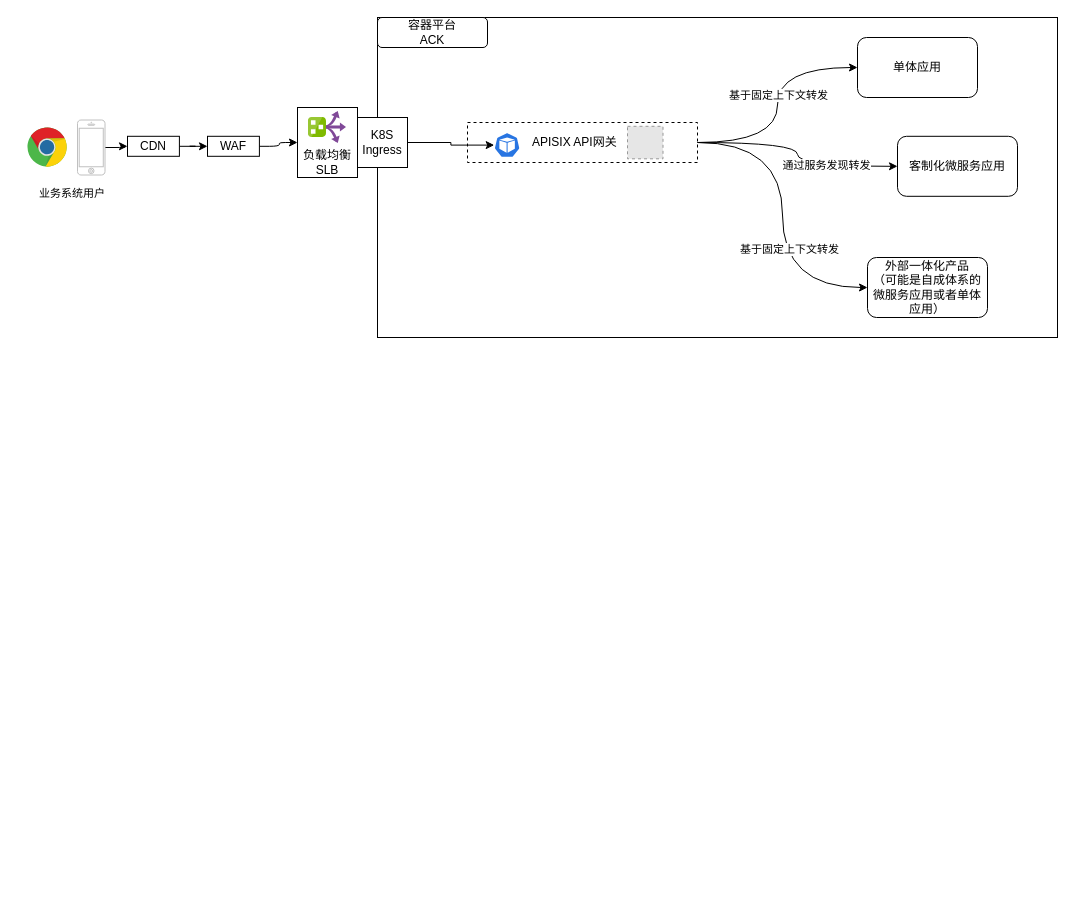
qianjiso/architect keeps this draw.io diagram as 合众/API暴露方式.drawio. Above is the earlier version. Source tidied: cells renumbered, new cells numbered last; positions are measured from the earlier drawing's top-left corner, leaving out a move shared by most shapes. Both pictures are drawn from the tidied source at 100%, with x=0, y=0 at pixel (17, 17). Pictures stored in the file or linked from it are replaced by grey dashed boxes.
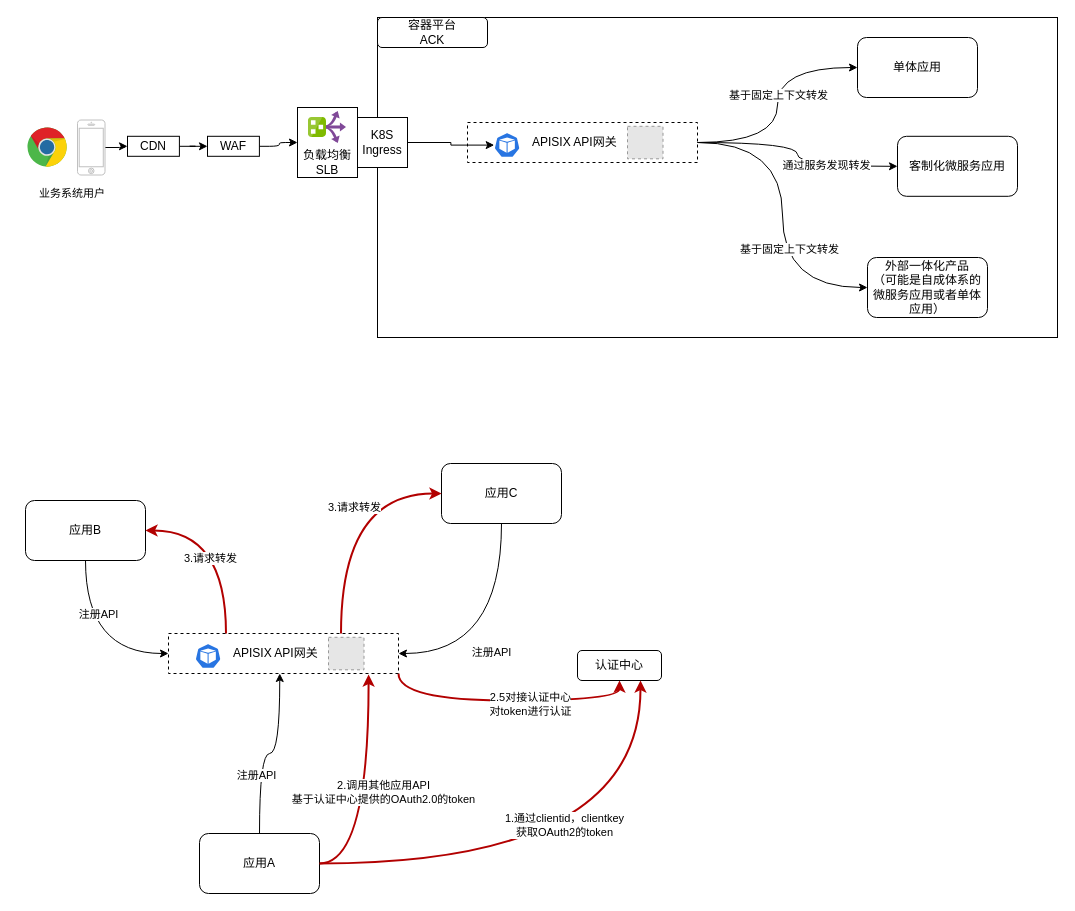
Above is the later version.

What changed in the source:
```diff
@@
+    <mxCell id="31" style="edgeStyle=orthogonalEdgeStyle;curved=1;rounded=0;jettySize=auto;html=1;exitX=0.5;exitY=1;exitDx=0;exitDy=0;entryX=0;entryY=0.5;entryDx=0;entryDy=0;" parent="1" edge="1" source="33" target="48">
+      <mxGeometry relative="1" as="geometry" />
+    </mxCell>
+    <mxCell id="32" value="注册API" style="edgeLabel;html=1;align=center;verticalAlign=middle;" parent="31" vertex="1">
+      <mxGeometry x="-0.4" y="12" relative="1" as="geometry" />
+    </mxCell>
+    <mxCell id="33" value="应用B" style="rounded=1;whiteSpace=wrap;html=1;" parent="1" vertex="1">
+      <mxGeometry x="8" y="483" width="120" height="60" as="geometry" />
+    </mxCell>
+    <mxCell id="34" style="edgeStyle=orthogonalEdgeStyle;curved=1;rounded=0;jettySize=auto;html=1;exitX=0.5;exitY=0;exitDx=0;exitDy=0;entryX=0.5;entryY=1;entryDx=0;entryDy=0;" parent="1" edge="1" source="38" target="51">
+      <mxGeometry relative="1" as="geometry" />
+    </mxCell>
+    <mxCell id="35" value="注册API" style="edgeLabel;html=1;align=center;verticalAlign=middle;" parent="34" vertex="1">
+      <mxGeometry x="-0.35" y="4" relative="1" as="geometry" />
+    </mxCell>
+    <mxCell id="36" style="edgeStyle=orthogonalEdgeStyle;curved=1;rounded=0;jettySize=auto;html=1;exitX=1;exitY=0.5;exitDx=0;exitDy=0;entryX=0.87;entryY=1.025;entryDx=0;entryDy=0;entryPerimeter=0;fillColor=#e51400;strokeColor=#B20000;strokeWidth=2;" parent="1" edge="1" source="38" target="48">
+      <mxGeometry relative="1" as="geometry" />
+    </mxCell>
+    <mxCell id="37" value="2.调用其他应用API&lt;br&gt;基于认证中心提供的OAuth2.0的token" style="edgeLabel;html=1;align=center;verticalAlign=middle;" parent="36" vertex="1">
+      <mxGeometry x="0.54" relative="1" as="geometry">
+        <mxPoint x="14" y="62" as="offset" />
+      </mxGeometry>
+    </mxCell>
+    <mxCell id="38" value="应用A" style="rounded=1;whiteSpace=wrap;html=1;" parent="1" vertex="1">
+      <mxGeometry x="182" y="816" width="120" height="60" as="geometry" />
+    </mxCell>
+    <mxCell id="39" style="edgeStyle=orthogonalEdgeStyle;curved=1;rounded=0;jettySize=auto;html=1;exitX=0.5;exitY=1;exitDx=0;exitDy=0;entryX=1;entryY=0.5;entryDx=0;entryDy=0;" parent="1" edge="1" source="41" target="48">
+      <mxGeometry relative="1" as="geometry" />
+    </mxCell>
+    <mxCell id="40" value="注册API" style="edgeLabel;html=1;align=center;verticalAlign=middle;" parent="39" vertex="1">
+      <mxGeometry x="0.1" y="-11" relative="1" as="geometry" />
+    </mxCell>
+    <mxCell id="41" value="应用C" style="rounded=1;whiteSpace=wrap;html=1;" parent="1" vertex="1">
+      <mxGeometry x="424" y="446" width="120" height="60" as="geometry" />
+    </mxCell>
+    <mxCell id="42" style="edgeStyle=orthogonalEdgeStyle;curved=1;rounded=0;jettySize=auto;html=1;exitX=0.25;exitY=0;exitDx=0;exitDy=0;entryX=1;entryY=0.5;entryDx=0;entryDy=0;fillColor=#e51400;strokeColor=#B20000;strokeWidth=2;" parent="1" edge="1" source="48" target="33">
+      <mxGeometry relative="1" as="geometry" />
+    </mxCell>
+    <mxCell id="43" value="3.请求转发" style="edgeLabel;html=1;align=center;verticalAlign=middle;" parent="42" vertex="1">
+      <mxGeometry x="-0.17" y="17" relative="1" as="geometry">
+        <mxPoint x="1" as="offset" />
+      </mxGeometry>
+    </mxCell>
+    <mxCell id="44" style="edgeStyle=orthogonalEdgeStyle;curved=1;rounded=0;jettySize=auto;html=1;exitX=0.75;exitY=0;exitDx=0;exitDy=0;entryX=0;entryY=0.5;entryDx=0;entryDy=0;fillColor=#e51400;strokeColor=#B20000;strokeWidth=2;" parent="1" edge="1" source="48" target="41">
+      <mxGeometry relative="1" as="geometry" />
+    </mxCell>
+    <mxCell id="45" value="3.请求转发" style="edgeLabel;html=1;align=center;verticalAlign=middle;" parent="44" vertex="1">
+      <mxGeometry x="0.26" y="-13" relative="1" as="geometry">
+        <mxPoint x="1" as="offset" />
+      </mxGeometry>
+    </mxCell>
+    <mxCell id="46" style="edgeStyle=orthogonalEdgeStyle;curved=1;rounded=0;jettySize=auto;html=1;exitX=1;exitY=1;exitDx=0;exitDy=0;entryX=0.5;entryY=1;entryDx=0;entryDy=0;fillColor=#e51400;strokeColor=#B20000;strokeWidth=2;" parent="1" edge="1" source="48" target="52">
+      <mxGeometry relative="1" as="geometry" />
+    </mxCell>
+    <mxCell id="47" value="2.5对接认证中心&lt;br&gt;对token进行认证" style="edgeLabel;html=1;align=center;verticalAlign=middle;" parent="46" vertex="1">
+      <mxGeometry x="0.18" y="-3" relative="1" as="geometry" />
+    </mxCell>
+    <mxCell id="48" style="rounded=0;whiteSpace=wrap;html=1;strokeColor=default;fillColor=none;dashed=1;" parent="1" vertex="1">
+      <mxGeometry x="151" y="616" width="230" height="40" as="geometry" />
+    </mxCell>
+    <mxCell id="49" style="sketch=0;html=1;dashed=0;whitespace=wrap;fillColor=#2875E2;strokeColor=#ffffff;shape=mxgraph.kubernetes.icon;prIcon=pod;align=left;" parent="1" vertex="1">
+      <mxGeometry x="177.7" y="624.8" width="25.8" height="27.5" as="geometry" />
+    </mxCell>
+    <mxCell id="50" style="fillColor=#E6E6E6;strokeColor=#999999;dashed=1;verticalLabelPosition=bottom;labelBackgroundColor=#ffffff;verticalAlign=top;" parent="1" vertex="1">
+      <mxGeometry x="311" y="619.8" width="35.5" height="32.5" as="geometry" />
+    </mxCell>
+    <mxCell id="51" value="APISIX API网关" style="text;html=1;strokeColor=none;fillColor=none;align=left;verticalAlign=middle;whiteSpace=wrap;rounded=0;dashed=1;" parent="1" vertex="1">
+      <mxGeometry x="213.5" y="616" width="97.5" height="40" as="geometry" />
+    </mxCell>
+    <mxCell id="52" value="认证中心" style="rounded=1;whiteSpace=wrap;html=1;" parent="1" vertex="1">
+      <mxGeometry x="560" y="633" width="84" height="30" as="geometry" />
+    </mxCell>
+    <mxCell id="53" style="endArrow=classic;html=1;rounded=0;exitX=1;exitY=0.5;exitDx=0;exitDy=0;entryX=0.75;entryY=1;entryDx=0;entryDy=0;edgeStyle=orthogonalEdgeStyle;curved=1;fillColor=#e51400;strokeColor=#B20000;strokeWidth=2;" parent="1" edge="1" source="38" target="52">
+      <mxGeometry relative="1" as="geometry" />
+    </mxCell>
+    <mxCell id="54" value="1.通过clientid，clientkey&lt;br&gt;获取OAuth2的token" style="edgeLabel;html=1;align=center;verticalAlign=middle;" parent="53" vertex="1">
+      <mxGeometry x="-0.1" y="39" relative="1" as="geometry">
+        <mxPoint x="17" as="offset" />
+      </mxGeometry>
+    </mxCell>
```
